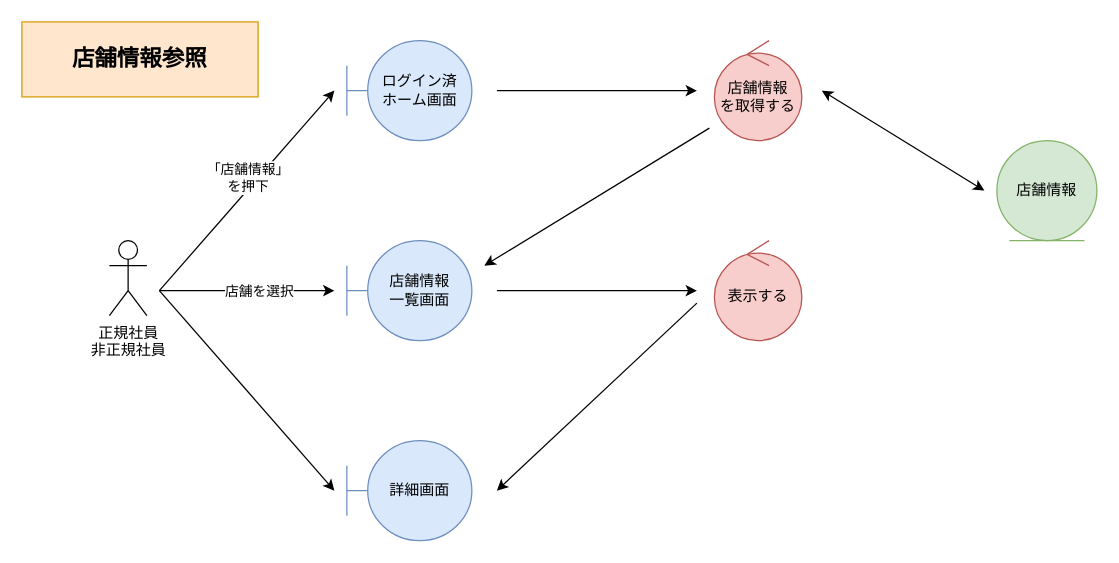
The draw.io diagram 各種設計書/3ロバストネス図/人事情報管理/F13店舗参照.drawio in HaruShim/Sotuken, before the edit. Source tidied: cells renumbered, new cells numbered last; positions are measured from the earlier drawing's top-left corner, leaving out a move shared by most shapes. Both pictures are drawn from the tidied source at 125%, with x=0, y=0 at pixel (21, 21).
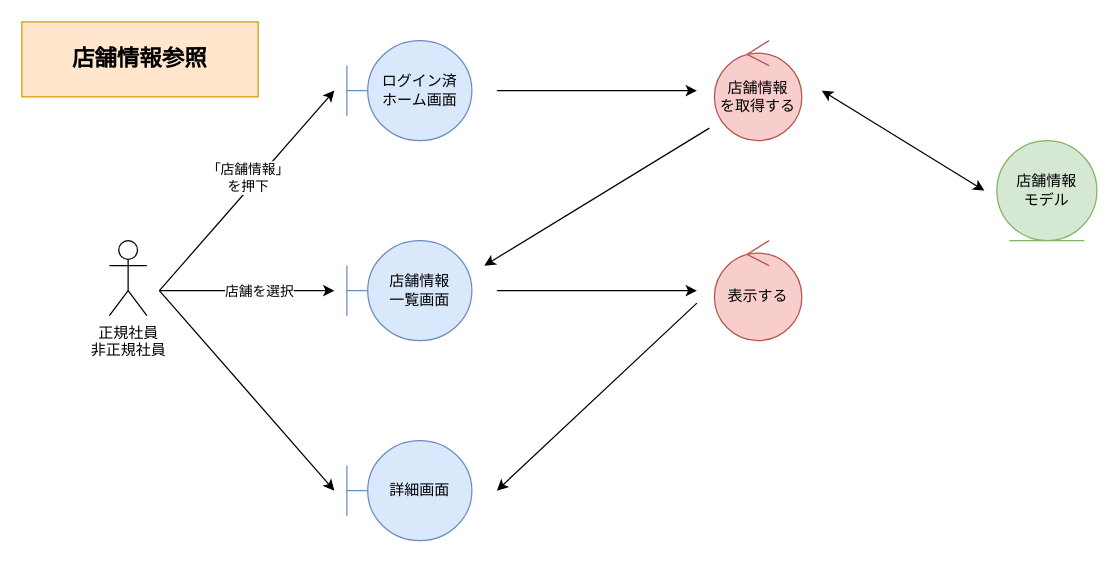
After the change.

Change to the diagram source:
```diff
@@
-    <mxCell id="15" value="店舗情報" style="ellipse;shape=umlEntity;whiteSpace=wrap;html=1;fillColor=#d5e8d4;strokeColor=#82b366;" parent="1" vertex="1">
+    <mxCell id="15" value="店舗情報&lt;br&gt;モデル" style="ellipse;shape=umlEntity;whiteSpace=wrap;html=1;fillColor=#d5e8d4;strokeColor=#82b366;" parent="1" vertex="1">
       <mxGeometry x="780" y="95" width="80" height="80" as="geometry" />
     </mxCell>
```
